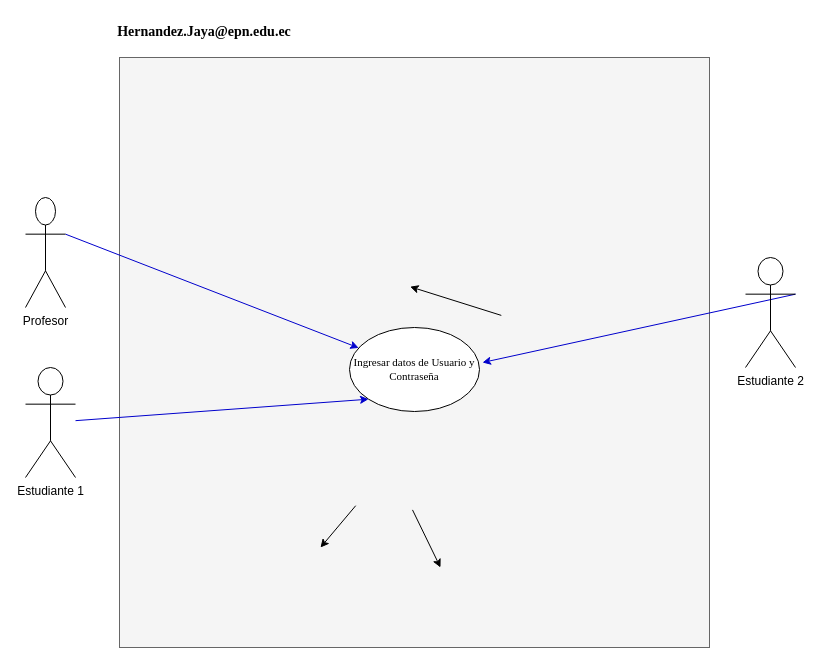
This is desing/CasoDeUso.drawio from gabojaya/hernandez.jaya-epn.edu.ec, a draw.io file, before an edit. Source tidied: cells renumbered, new cells numbered last; positions are measured from the earlier drawing's top-left corner, leaving out a move shared by most shapes. Both pictures are drawn from the tidied source at 100%, with x=0, y=0 at pixel (25, 17).
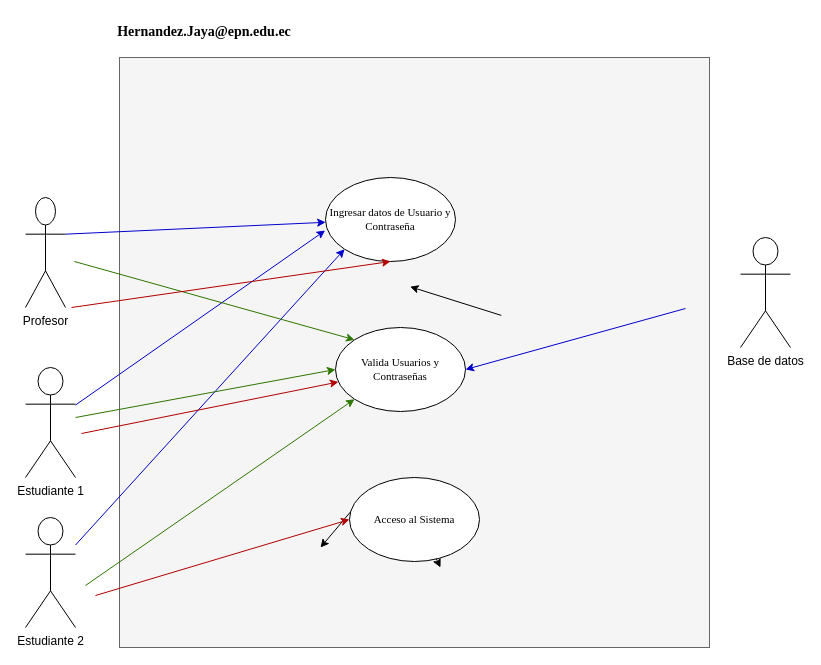
After the change.

The change refers to these unchanged cells:
```xml
<mxCell id="13" value="Estudiante 1" style="shape=umlActor;verticalLabelPosition=bottom;verticalAlign=top;html=1;outlineConnect=0;" parent="1" vertex="1">
  <mxGeometry y="350" width="50" height="110" as="geometry" />
</mxCell>
```

Diff of the diagram source:
```diff
@@
     <mxCell id="9" value="Ingresar datos de Usuario y Contraseña" style="ellipse;whiteSpace=wrap;html=1;fontFamily=Times New Roman;fontSize=11;" parent="1" vertex="1">
-      <mxGeometry x="324" y="310" width="130" height="84" as="geometry" />
+      <mxGeometry x="300" y="160" width="130" height="84" as="geometry" />
     </mxCell>
-    <mxCell id="10" style="edgeStyle=none;html=1;exitX=1;exitY=0.3333333333333333;exitDx=0;exitDy=0;exitPerimeter=0;entryX=1.023;entryY=0.417;entryDx=0;entryDy=0;entryPerimeter=0;fillColor=#000099;strokeColor=#0000CC;" parent="1" edge="1" source="11" target="9">
-      <mxGeometry relative="1" as="geometry" />
-    </mxCell>
-    <mxCell id="11" value="Estudiante 2" style="shape=umlActor;verticalLabelPosition=bottom;verticalAlign=top;html=1;outlineConnect=0;" parent="1" vertex="1">
-      <mxGeometry x="720" y="240" width="50" height="110" as="geometry" />
-    </mxCell>
-    <mxCell id="12" style="edgeStyle=none;html=1;entryX=0;entryY=1;entryDx=0;entryDy=0;fillColor=#081D06;strokeColor=#0000CC;" parent="1" edge="1" source="13" target="9">
+    <mxCell id="12" style="edgeStyle=none;html=1;fillColor=#081D06;strokeColor=#0000CC;entryX=-0.003;entryY=0.631;entryDx=0;entryDy=0;entryPerimeter=0;" parent="1" edge="1" source="13" target="9">
       <mxGeometry relative="1" as="geometry" />
     </mxCell>
@@
+    <mxCell id="11" value="Estudiante 2" style="shape=umlActor;verticalLabelPosition=bottom;verticalAlign=top;html=1;outlineConnect=0;" parent="1" vertex="1">
+      <mxGeometry y="500" width="50" height="110" as="geometry" />
+    </mxCell>
+    <mxCell id="10" style="edgeStyle=none;html=1;entryX=0;entryY=1;entryDx=0;entryDy=0;fillColor=#081D06;strokeColor=#0000CC;" parent="1" edge="1" source="11" target="9">
+      <mxGeometry relative="1" as="geometry" />
+    </mxCell>
+    <mxCell id="14" value="Valida Usuarios y Contraseñas" style="ellipse;whiteSpace=wrap;html=1;fontFamily=Times New Roman;fontSize=11;" parent="1" vertex="1">
+      <mxGeometry x="310" y="310" width="130" height="84" as="geometry" />
+    </mxCell>
+    <mxCell id="15" style="edgeStyle=none;html=1;entryX=1;entryY=0.5;entryDx=0;entryDy=0;fillColor=#081D06;strokeColor=#0000CC;exitX=0;exitY=0.5;exitDx=0;exitDy=0;" parent="1" edge="1" target="14">
+      <mxGeometry relative="1" as="geometry">
+        <mxPoint x="660" y="291" as="sourcePoint" />
+      </mxGeometry>
+    </mxCell>
+    <mxCell id="16" value="Base de datos&lt;br&gt;" style="shape=umlActor;verticalLabelPosition=bottom;verticalAlign=top;html=1;" parent="1" vertex="1">
+      <mxGeometry x="715" y="220" width="50" height="110" as="geometry" />
+    </mxCell>
+    <mxCell id="17" style="edgeStyle=none;html=1;exitX=1;exitY=0.3333333333333333;exitDx=0;exitDy=0;exitPerimeter=0;strokeColor=#2D7600;entryX=0;entryY=0;entryDx=0;entryDy=0;fillColor=#60a917;" parent="1" edge="1" target="14">
+      <mxGeometry relative="1" as="geometry">
+        <mxPoint x="48.9" y="244" as="sourcePoint" />
+      </mxGeometry>
+    </mxCell>
+    <mxCell id="18" style="edgeStyle=none;html=1;exitX=1;exitY=0.3333333333333333;exitDx=0;exitDy=0;exitPerimeter=0;strokeColor=#2D7600;entryX=0;entryY=0.5;entryDx=0;entryDy=0;fillColor=#60a917;" parent="1" edge="1" target="14">
+      <mxGeometry relative="1" as="geometry">
+        <mxPoint x="50" y="400" as="sourcePoint" />
+      </mxGeometry>
+    </mxCell>
+    <mxCell id="19" style="edgeStyle=none;html=1;exitX=1;exitY=0.3333333333333333;exitDx=0;exitDy=0;exitPerimeter=0;strokeColor=#2D7600;entryX=0;entryY=1;entryDx=0;entryDy=0;fillColor=#60a917;" parent="1" edge="1" target="14">
+      <mxGeometry relative="1" as="geometry">
+        <mxPoint x="60" y="568" as="sourcePoint" />
+      </mxGeometry>
+    </mxCell>
+    <mxCell id="20" value="Acceso al Sistema&lt;br&gt;" style="ellipse;whiteSpace=wrap;html=1;fontFamily=Times New Roman;fontSize=11;" parent="1" vertex="1">
+      <mxGeometry x="324" y="460" width="130" height="84" as="geometry" />
+    </mxCell>
+    <mxCell id="21" style="edgeStyle=none;html=1;exitX=1;exitY=0.3333333333333333;exitDx=0;exitDy=0;exitPerimeter=0;strokeColor=#B20000;entryX=0;entryY=0.5;entryDx=0;entryDy=0;fillColor=#e51400;" parent="1" edge="1" target="20">
+      <mxGeometry relative="1" as="geometry">
+        <mxPoint x="70" y="578" as="sourcePoint" />
+      </mxGeometry>
+    </mxCell>
+    <mxCell id="22" style="edgeStyle=none;html=1;exitX=1;exitY=0.3333333333333333;exitDx=0;exitDy=0;exitPerimeter=0;strokeColor=#B20000;fillColor=#e51400;" parent="1" edge="1" target="14">
+      <mxGeometry relative="1" as="geometry">
+        <mxPoint x="56" y="416" as="sourcePoint" />
+      </mxGeometry>
+    </mxCell>
+    <mxCell id="23" style="edgeStyle=none;html=1;exitX=1;exitY=0.3333333333333333;exitDx=0;exitDy=0;exitPerimeter=0;strokeColor=#B20000;entryX=0.5;entryY=1;entryDx=0;entryDy=0;fillColor=#e51400;" parent="1" edge="1" target="9">
+      <mxGeometry relative="1" as="geometry">
+        <mxPoint x="46" y="290" as="sourcePoint" />
+      </mxGeometry>
+    </mxCell>
```
